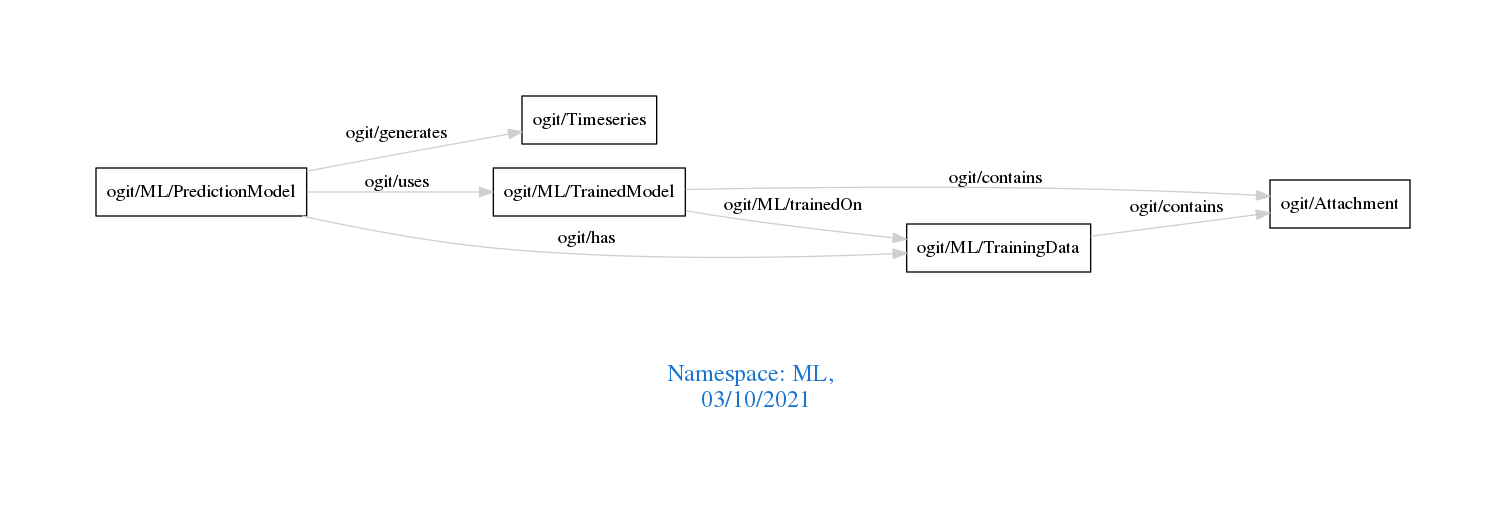
This is downloads/ML.png from arago/OGIT, a Graphviz export, as it was before one commit. Its source is kept beside it as downloads/ML.dot.
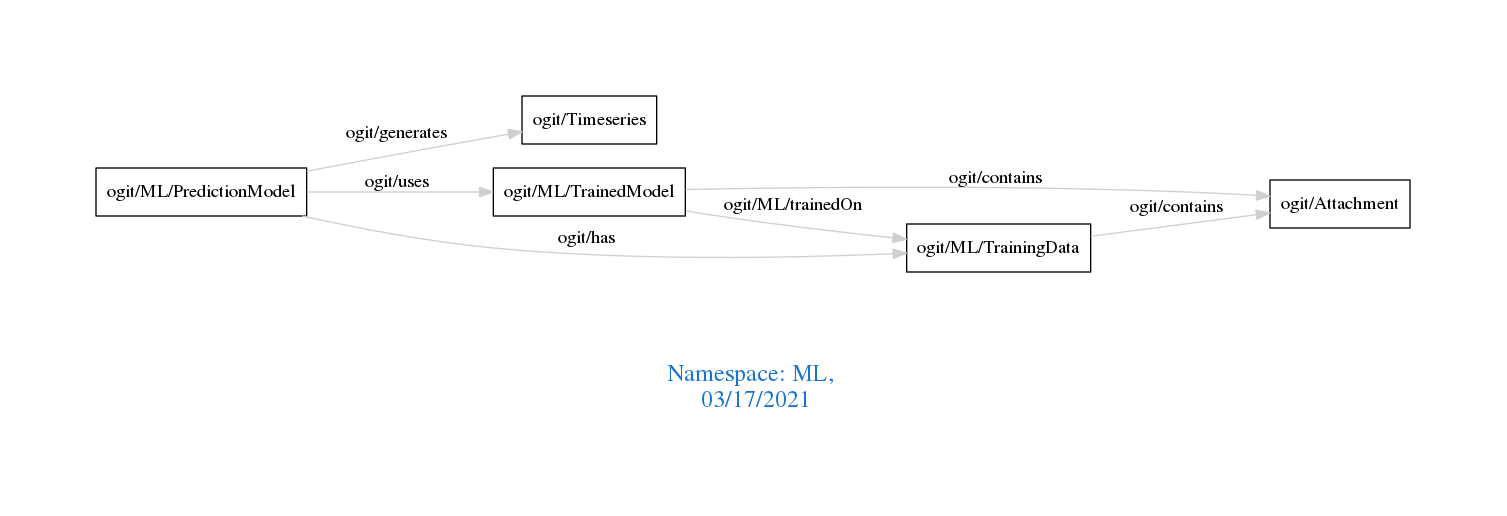
The same diagram one commit later.

The edit, as a diff of the source:
```diff
@@ -1,7 +1,7 @@
 digraph OGIT_ontology {
  graph [ rankdir= LR,pad=1
 fontsize = 18,
-fontcolor= dodgerblue3,label = "\n\n\nNamespace: ML, \n 03/10/2021"];
+fontcolor= dodgerblue3,label = "\n\n\nNamespace: ML, \n 03/17/2021"];
 node[shape=polygon];
 edge [  color="gray81"];
 
```
